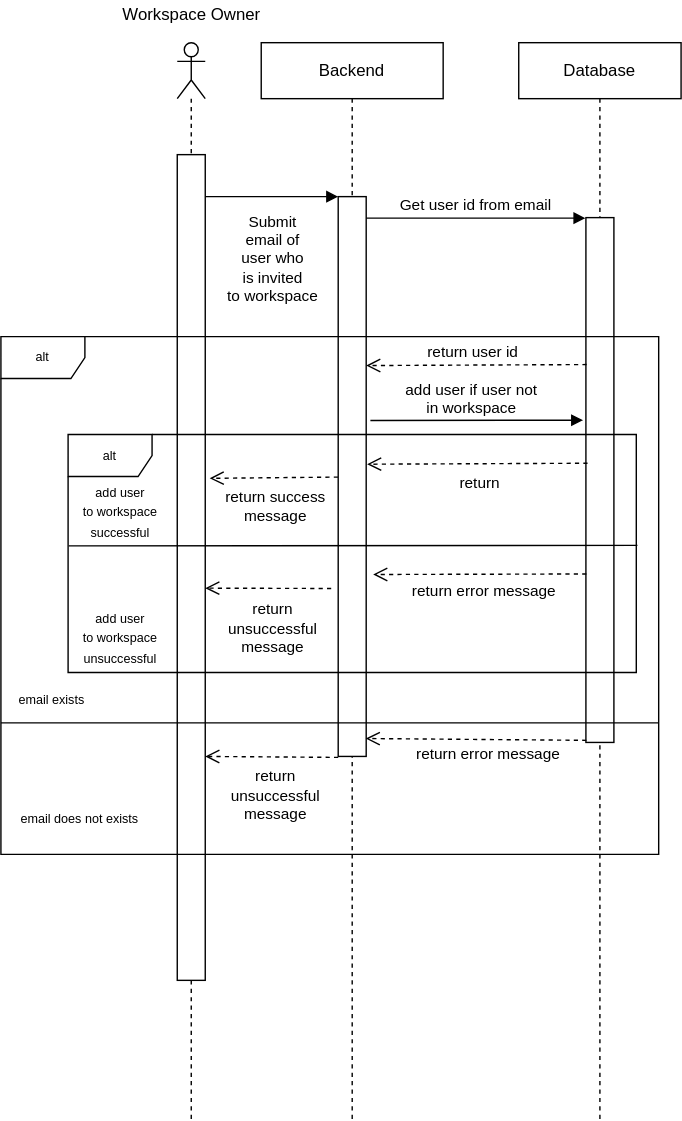
Before: specifications/src/sequence_diagram_add_to_workspace.drawio.svg, a diagram exported from draw.io (alex-au-922/sleekflow_coding_test). Source tidied: cells renumbered, new cells last; positions are measured from the earlier drawing's top-left corner, leaving out a move shared by most shapes. The source it was exported from:
```xml
<mxGraphModel>
  <root>
    <mxCell id="0" />
    <mxCell id="1" parent="0" />
    <mxCell id="2" style="shape=umlLifeline;participant=umlActor;perimeter=lifelinePerimeter;whiteSpace=wrap;html=1;verticalAlign=top;spacingTop=36;" parent="1" vertex="1">
      <mxGeometry x="126" y="30" width="20" height="770" as="geometry" />
    </mxCell>
    <mxCell id="3" style="html=1;points=[];perimeter=orthogonalPerimeter;" parent="2" vertex="1">
      <mxGeometry y="80" width="20" height="590" as="geometry" />
    </mxCell>
    <mxCell id="4" value="Backend" style="shape=umlLifeline;perimeter=lifelinePerimeter;whiteSpace=wrap;html=1;outlineConnect=0;" parent="1" vertex="1">
      <mxGeometry x="186" y="30" width="130" height="770" as="geometry" />
    </mxCell>
    <mxCell id="5" style="edgeStyle=none;html=1;endArrow=none;endFill=0;" parent="4" edge="1" source="6" target="4">
      <mxGeometry relative="1" as="geometry" />
    </mxCell>
    <mxCell id="6" style="html=1;points=[];perimeter=orthogonalPerimeter;" parent="4" vertex="1">
      <mxGeometry x="55" y="110" width="20" height="400" as="geometry" />
    </mxCell>
    <mxCell id="7" value="Submit&lt;br&gt;email of&lt;br&gt;user who&lt;br&gt;is invited&lt;br&gt;to workspace" style="html=1;verticalAlign=bottom;endArrow=block;entryX=0;entryY=0;" parent="4" edge="1" target="6">
      <mxGeometry y="-80" relative="1" as="geometry">
        <mxPoint x="-40" y="110" as="sourcePoint" />
      </mxGeometry>
    </mxCell>
    <mxCell id="8" value="return&lt;br&gt;unsuccessful&lt;br&gt;message" style="html=1;verticalAlign=bottom;endArrow=open;dashed=1;endSize=8;exitX=0.017;exitY=0.681;exitDx=0;exitDy=0;exitPerimeter=0;" parent="4" edge="1">
      <mxGeometry x="-0.06" y="50" relative="1" as="geometry">
        <mxPoint x="55" y="510.7" as="sourcePoint" />
        <mxPoint x="-40" y="510" as="targetPoint" />
      </mxGeometry>
    </mxCell>
    <mxCell id="9" value="Database" style="shape=umlLifeline;perimeter=lifelinePerimeter;whiteSpace=wrap;html=1;" parent="1" vertex="1">
      <mxGeometry x="370" y="30" width="116" height="770" as="geometry" />
    </mxCell>
    <mxCell id="10" style="html=1;points=[];perimeter=orthogonalPerimeter;" parent="9" vertex="1">
      <mxGeometry x="48" y="125" width="20" height="375" as="geometry" />
    </mxCell>
    <mxCell id="11" value="&lt;font style=&quot;font-size: 9px&quot;&gt;add user&lt;br&gt;to workspace&lt;br&gt;unsuccessful&lt;/font&gt;" style="text;html=1;align=center;verticalAlign=middle;fillColor=none;strokeColor=none;rounded=0;" parent="9" vertex="1">
      <mxGeometry x="-320" y="400" width="70" height="50" as="geometry" />
    </mxCell>
    <mxCell id="12" value="return success&lt;br&gt;message" style="html=1;verticalAlign=bottom;endArrow=open;dashed=1;endSize=8;entryX=1.158;entryY=0.392;entryDx=0;entryDy=0;entryPerimeter=0;exitX=-0.008;exitY=0.501;exitDx=0;exitDy=0;exitPerimeter=0;" parent="1" edge="1" source="6" target="3">
      <mxGeometry x="-0.01" y="36" relative="1" as="geometry" />
    </mxCell>
    <mxCell id="13" value="Get user id from email" style="html=1;verticalAlign=bottom;endArrow=block;entryX=-0.017;entryY=0.001;entryDx=0;entryDy=0;entryPerimeter=0;" parent="1" edge="1" source="6" target="10">
      <mxGeometry relative="1" as="geometry" />
    </mxCell>
    <mxCell id="14" value="add user if user not&lt;br&gt;in workspace" style="html=1;verticalAlign=bottom;endArrow=block;exitX=1.15;exitY=0.4;exitDx=0;exitDy=0;exitPerimeter=0;entryX=-0.1;entryY=0.386;entryDx=0;entryDy=0;entryPerimeter=0;" parent="1" edge="1" source="6" target="10">
      <mxGeometry x="-0.05" relative="1" as="geometry" />
    </mxCell>
    <mxCell id="15" value="return" style="html=1;verticalAlign=bottom;endArrow=open;dashed=1;endSize=8;entryX=1.033;entryY=0.478;entryDx=0;entryDy=0;entryPerimeter=0;exitX=0.058;exitY=0.468;exitDx=0;exitDy=0;exitPerimeter=0;" parent="1" edge="1" source="10" target="6">
      <mxGeometry x="-0.03" y="23" relative="1" as="geometry" />
    </mxCell>
    <mxCell id="16" value="return error message" style="html=1;verticalAlign=bottom;endArrow=open;dashed=1;endSize=8;exitX=0.017;exitY=0.679;exitDx=0;exitDy=0;exitPerimeter=0;" parent="1" edge="1" source="10">
      <mxGeometry x="-0.04" y="21" relative="1" as="geometry">
        <mxPoint x="266" y="410" as="targetPoint" />
      </mxGeometry>
    </mxCell>
    <mxCell id="17" value="return &lt;br&gt;unsuccessful&lt;br&gt;message" style="html=1;verticalAlign=bottom;endArrow=open;dashed=1;endSize=8;entryX=1;entryY=0.525;entryDx=0;entryDy=0;entryPerimeter=0;" parent="1" edge="1" target="3">
      <mxGeometry x="-0.06" y="51" relative="1" as="geometry">
        <mxPoint x="236" y="420" as="sourcePoint" />
      </mxGeometry>
    </mxCell>
    <mxCell id="18" value="&lt;font style=&quot;font-size: 9px&quot;&gt;add user&lt;br&gt;to workspace&lt;br&gt;successful&lt;/font&gt;" style="text;html=1;align=center;verticalAlign=middle;fillColor=none;strokeColor=none;rounded=0;" parent="1" vertex="1">
      <mxGeometry x="50" y="340" width="70" height="50" as="geometry" />
    </mxCell>
    <mxCell id="19" value="return error message" style="html=1;verticalAlign=bottom;endArrow=open;dashed=1;endSize=8;entryX=0.983;entryY=0.968;entryDx=0;entryDy=0;entryPerimeter=0;exitX=0.017;exitY=0.996;exitDx=0;exitDy=0;exitPerimeter=0;" parent="1" edge="1" source="10" target="6">
      <mxGeometry x="-0.11" y="19" relative="1" as="geometry" />
    </mxCell>
    <mxCell id="20" value="email exists" style="text;html=1;align=center;verticalAlign=middle;fillColor=none;strokeColor=none;rounded=0;fontSize=9;" parent="1" vertex="1">
      <mxGeometry x="6" y="490" width="60" height="20" as="geometry" />
    </mxCell>
    <mxCell id="21" value="email does not exists" style="text;html=1;align=center;verticalAlign=middle;fillColor=none;strokeColor=none;rounded=0;fontSize=9;" parent="1" vertex="1">
      <mxGeometry x="6" y="575" width="100" height="20" as="geometry" />
    </mxCell>
    <mxCell id="22" value="Workspace Owner" style="text;html=1;align=center;verticalAlign=middle;strokeColor=none;fillColor=none;" parent="1" vertex="1">
      <mxGeometry x="81" width="110" height="20" as="geometry" />
    </mxCell>
    <mxCell id="23" value="&lt;font style=&quot;font-size: 9px&quot;&gt;alt&lt;/font&gt;" style="shape=umlFrame;whiteSpace=wrap;html=1;" parent="1" vertex="1">
      <mxGeometry x="48" y="310" width="406" height="170" as="geometry" />
    </mxCell>
    <mxCell id="24" style="endArrow=none;endFill=0;endSize=12;html=1;exitX=0.001;exitY=0.468;exitDx=0;exitDy=0;exitPerimeter=0;entryX=1.002;entryY=0.466;entryDx=0;entryDy=0;entryPerimeter=0;" parent="1" edge="1" source="23" target="23">
      <mxGeometry relative="1" as="geometry" />
    </mxCell>
    <mxCell id="25" value="alt" style="shape=umlFrame;whiteSpace=wrap;html=1;fontSize=9;" parent="1" vertex="1">
      <mxGeometry y="240" width="470" height="370" as="geometry" />
    </mxCell>
    <mxCell id="26" style="endArrow=none;endFill=0;endSize=12;html=1;exitX=0;exitY=0.746;exitDx=0;exitDy=0;exitPerimeter=0;entryX=0.999;entryY=0.746;entryDx=0;entryDy=0;entryPerimeter=0;" parent="1" edge="1" source="25" target="25">
      <mxGeometry relative="1" as="geometry" />
    </mxCell>
    <mxCell id="27" value="return user id" style="html=1;verticalAlign=bottom;endArrow=open;dashed=1;endSize=8;entryX=1.033;entryY=0.478;entryDx=0;entryDy=0;entryPerimeter=0;exitX=0.058;exitY=0.468;exitDx=0;exitDy=0;exitPerimeter=0;" parent="1" edge="1">
      <mxGeometry x="0.05" relative="1" as="geometry">
        <mxPoint x="418.5" y="260" as="sourcePoint" />
        <mxPoint x="261" y="260.7" as="targetPoint" />
      </mxGeometry>
    </mxCell>
  </root>
</mxGraphModel>
```
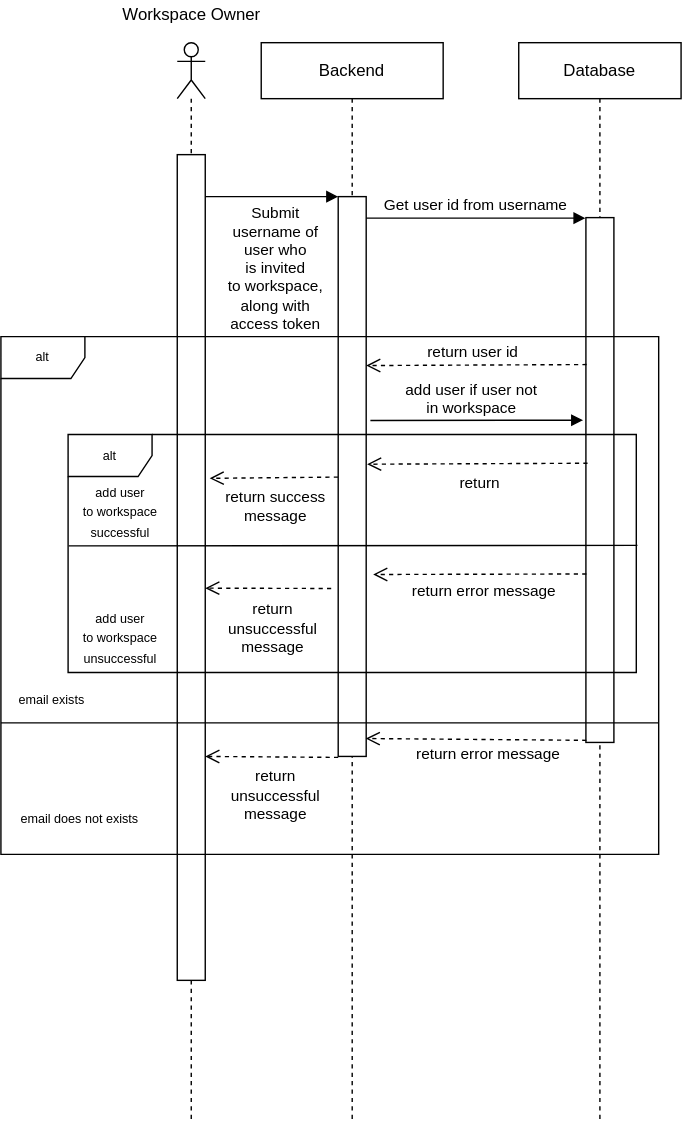
The same diagram one commit later.

The edit, as a diff of the source:
```diff
@@ -17,8 +17,8 @@
     <mxCell id="6" style="html=1;points=[];perimeter=orthogonalPerimeter;" parent="4" vertex="1">
       <mxGeometry x="55" y="110" width="20" height="400" as="geometry" />
     </mxCell>
-    <mxCell id="7" value="Submit&lt;br&gt;email of&lt;br&gt;user who&lt;br&gt;is invited&lt;br&gt;to workspace" style="html=1;verticalAlign=bottom;endArrow=block;entryX=0;entryY=0;" parent="4" edge="1" target="6">
-      <mxGeometry y="-80" relative="1" as="geometry">
+    <mxCell id="7" value="Submit&lt;br&gt;username of&lt;br&gt;user who&lt;br&gt;is invited&lt;br&gt;to workspace,&lt;br&gt;along with&lt;br&gt;access token" style="html=1;verticalAlign=bottom;endArrow=block;entryX=0;entryY=0;" parent="4" edge="1" target="6">
+      <mxGeometry x="0.05" y="-100" relative="1" as="geometry">
         <mxPoint x="-40" y="110" as="sourcePoint" />
       </mxGeometry>
     </mxCell>
@@ -40,7 +40,7 @@
     <mxCell id="12" value="return success&lt;br&gt;message" style="html=1;verticalAlign=bottom;endArrow=open;dashed=1;endSize=8;entryX=1.158;entryY=0.392;entryDx=0;entryDy=0;entryPerimeter=0;exitX=-0.008;exitY=0.501;exitDx=0;exitDy=0;exitPerimeter=0;" parent="1" edge="1" source="6" target="3">
       <mxGeometry x="-0.01" y="36" relative="1" as="geometry" />
     </mxCell>
-    <mxCell id="13" value="Get user id from email" style="html=1;verticalAlign=bottom;endArrow=block;entryX=-0.017;entryY=0.001;entryDx=0;entryDy=0;entryPerimeter=0;" parent="1" edge="1" source="6" target="10">
+    <mxCell id="13" value="Get user id from username" style="html=1;verticalAlign=bottom;endArrow=block;entryX=-0.017;entryY=0.001;entryDx=0;entryDy=0;entryPerimeter=0;" parent="1" edge="1" source="6" target="10">
       <mxGeometry relative="1" as="geometry" />
     </mxCell>
     <mxCell id="14" value="add user if user not&lt;br&gt;in workspace" style="html=1;verticalAlign=bottom;endArrow=block;exitX=1.15;exitY=0.4;exitDx=0;exitDy=0;exitPerimeter=0;entryX=-0.1;entryY=0.386;entryDx=0;entryDy=0;entryPerimeter=0;" parent="1" edge="1" source="6" target="10">
```
